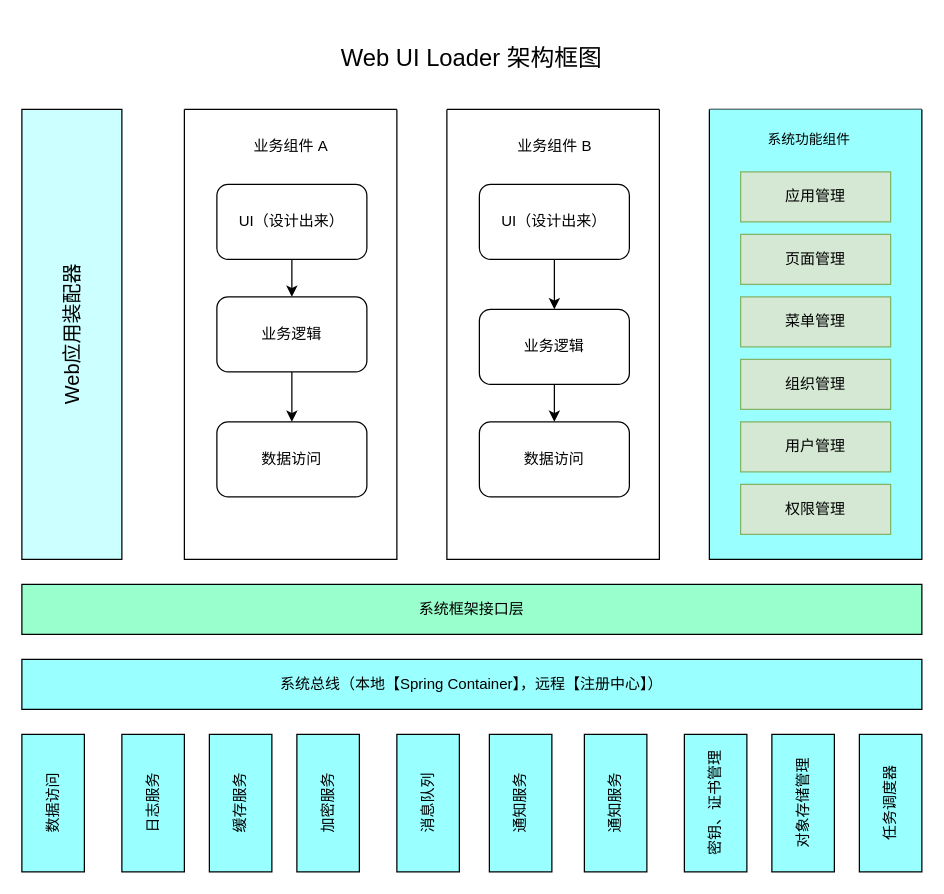
Earlier version of the draw.io diagram project01/Untitled Diagram.drawio (wilson9898/firstgitproject). Source tidied: cells renumbered, new cells numbered last; positions are measured from the earlier drawing's top-left corner, leaving out a move shared by most shapes. Both pictures are drawn from the tidied source at 125%, with x=0, y=0 at pixel (21, 21).
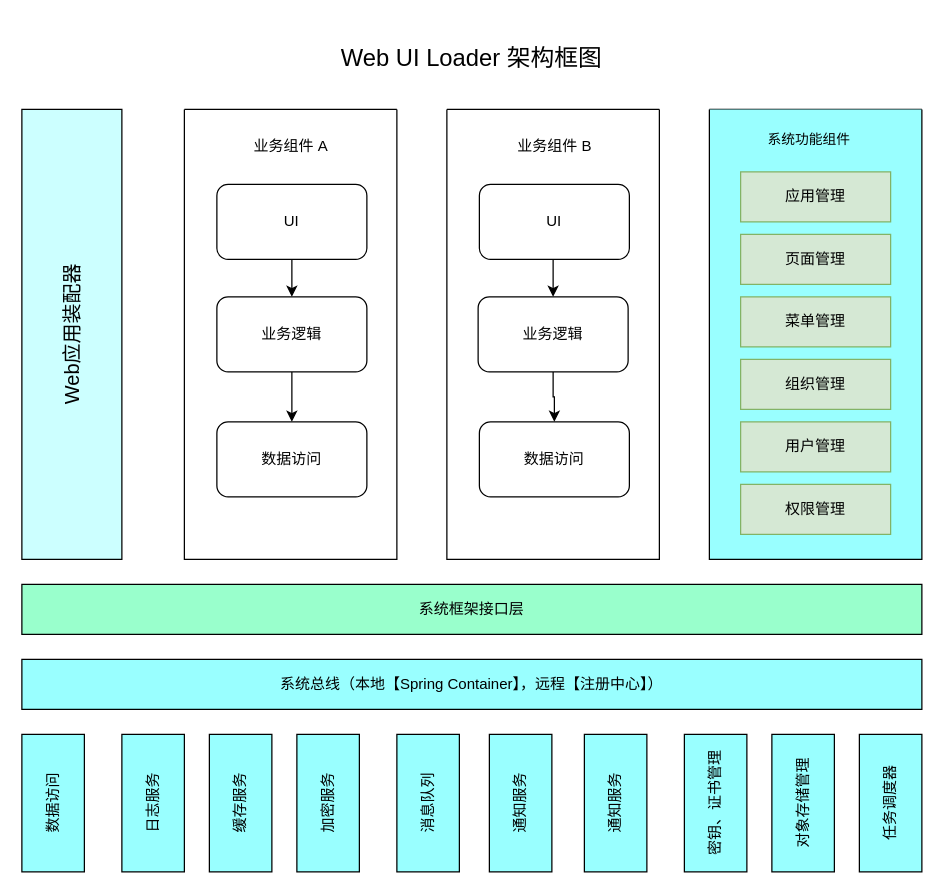
The same diagram, later.

Unchanged cells that the change refers to:
```xml
<mxCell id="5" style="swimlane;startSize=0;" parent="1" vertex="1">
  <mxGeometry x="340" y="70" width="170" height="360" as="geometry" />
</mxCell>
<mxCell id="12" style="swimlane;startSize=0;" parent="1" vertex="1">
  <mxGeometry x="130" y="70" width="170" height="360" as="geometry" />
</mxCell>
```

The edit, as a diff of the source:
```diff
@@
-    <mxCell id="7" value="UI（设计出来）" style="rounded=1;whiteSpace=wrap;html=1;" parent="5" vertex="1">
+    <mxCell id="7" value="UI" style="rounded=1;whiteSpace=wrap;html=1;" parent="5" vertex="1">
       <mxGeometry x="26" y="60" width="120" height="60" as="geometry" />
     </mxCell>
@@
     <mxCell id="9" value="业务逻辑" style="rounded=1;whiteSpace=wrap;html=1;" parent="5" vertex="1">
-      <mxGeometry x="26" y="160" width="120" height="60" as="geometry" />
+      <mxGeometry x="25" y="150" width="120" height="60" as="geometry" />
     </mxCell>
@@
-    <mxCell id="14" value="UI（设计出来）" style="rounded=1;whiteSpace=wrap;html=1;" parent="12" vertex="1">
+    <mxCell id="14" value="UI" style="rounded=1;whiteSpace=wrap;html=1;" parent="12" vertex="1">
       <mxGeometry x="26" y="60" width="120" height="60" as="geometry" />
     </mxCell>
```
